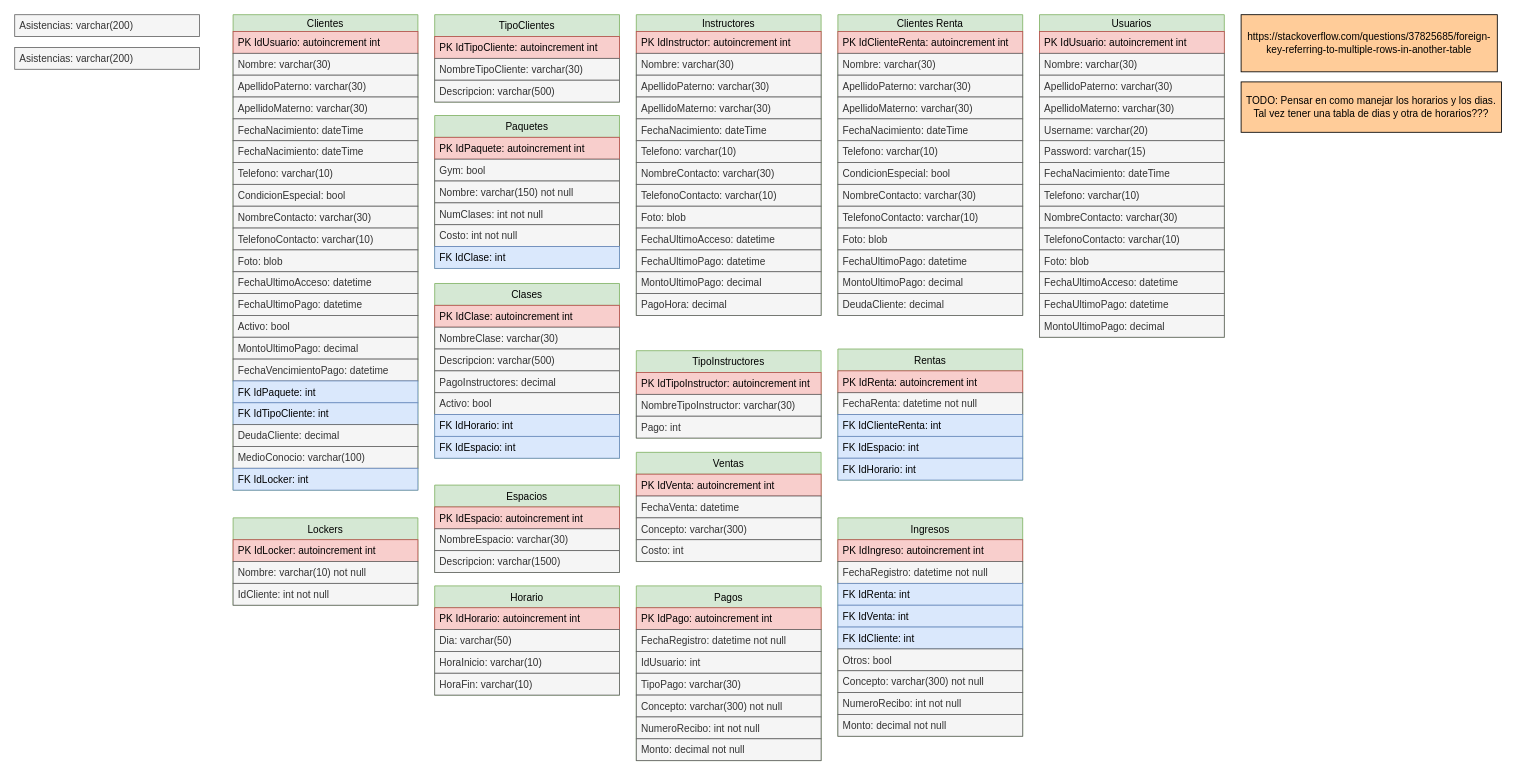
Above: page "Base de Datos" (1 of 4) of GymCastillo/Docs/Diagrams/Gym.drawio in Fwxzxh/GymCastillo (draw.io), before the change. Source tidied: cells renumbered, new cells numbered last; positions are measured from the earlier drawing's top-left corner, leaving out a move shared by most shapes. Both pictures are drawn from the tidied source at 84%, with x=0, y=0 at pixel (14, 14).
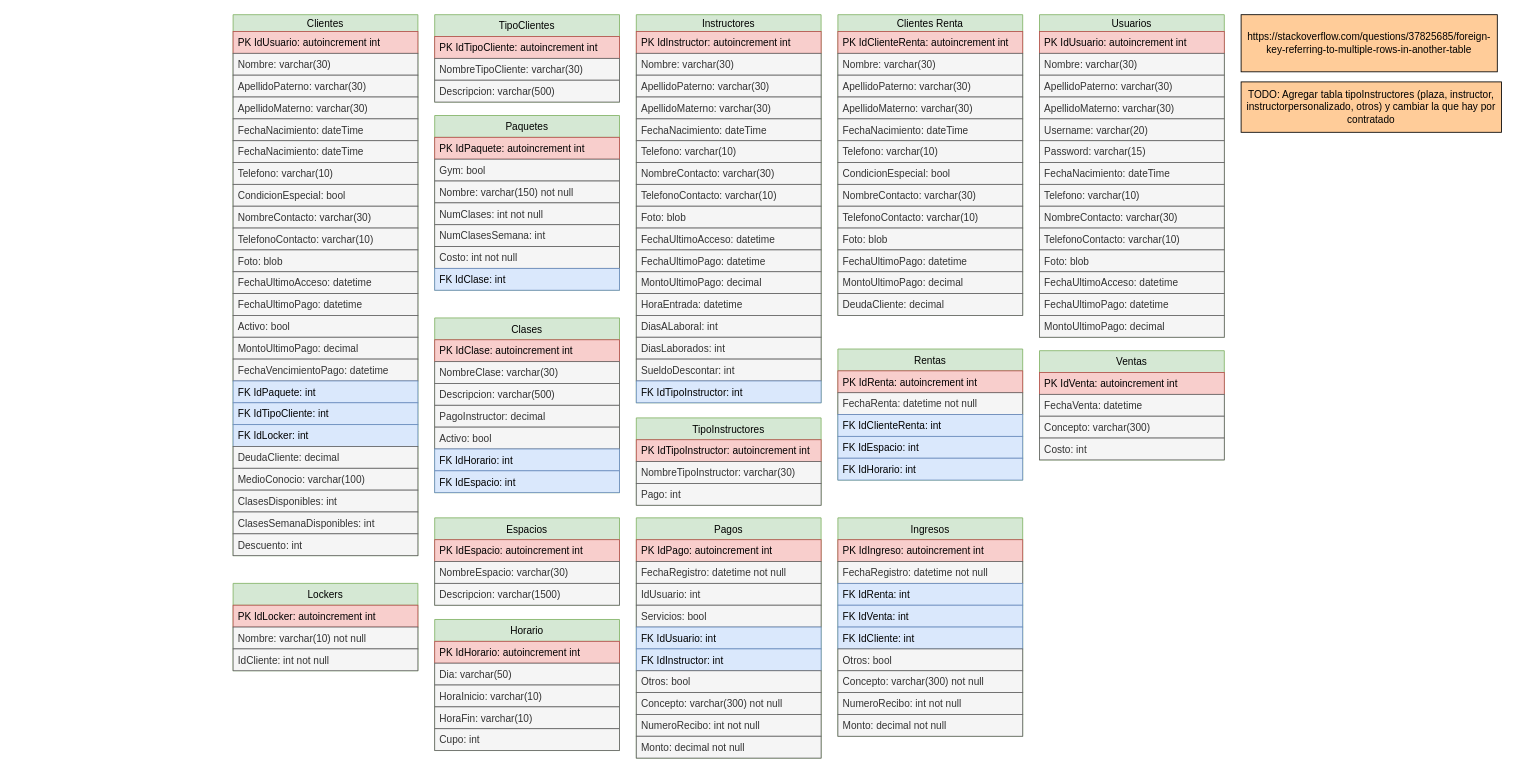
After the change.

The edit, as a diff of the source:
```diff
@@
     <mxCell id="2" value="Clientes" style="swimlane;fontStyle=0;horizontal=1;startSize=20;fillColor=#d5e8d4;strokeColor=#82b366;" parent="1" vertex="1">
-      <mxGeometry x="260" width="220" height="566" as="geometry" />
+      <mxGeometry x="260" width="220" height="644" as="geometry" />
     </mxCell>
@@
+    <mxCell id="23" value="FK IdLocker: int" style="text;strokeColor=#6c8ebf;fillColor=#dae8fc;align=left;verticalAlign=top;spacingLeft=4;spacingRight=4;overflow=hidden;" parent="2" vertex="1">
+      <mxGeometry y="488" width="220" height="26" as="geometry" />
+    </mxCell>
     <mxCell id="21" value="DeudaCliente: decimal" style="text;strokeColor=#666666;fillColor=#f5f5f5;align=left;verticalAlign=top;spacingLeft=4;spacingRight=4;overflow=hidden;fontColor=#333333;" parent="2" vertex="1">
-      <mxGeometry y="488" width="220" height="26" as="geometry" />
+      <mxGeometry y="514" width="220" height="26" as="geometry" />
     </mxCell>
     <mxCell id="22" value="MedioConocio: varchar(100)" style="text;strokeColor=#666666;fillColor=#f5f5f5;align=left;verticalAlign=top;spacingLeft=4;spacingRight=4;overflow=hidden;fontColor=#333333;" parent="2" vertex="1">
-      <mxGeometry y="514" width="220" height="26" as="geometry" />
+      <mxGeometry y="540" width="220" height="26" as="geometry" />
     </mxCell>
-    <mxCell id="23" value="FK IdLocker: int" style="text;strokeColor=#6c8ebf;fillColor=#dae8fc;align=left;verticalAlign=top;spacingLeft=4;spacingRight=4;overflow=hidden;" parent="2" vertex="1">
-      <mxGeometry y="540" width="220" height="26" as="geometry" />
-    </mxCell>
+    <mxCell id="126" value="ClasesDisponibles: int" style="text;strokeColor=#666666;fillColor=#f5f5f5;align=left;verticalAlign=top;spacingLeft=4;spacingRight=4;overflow=hidden;fontColor=#333333;" parent="2" vertex="1">
+      <mxGeometry y="566" width="220" height="26" as="geometry" />
+    </mxCell>
+    <mxCell id="136" value="ClasesSemanaDisponibles: int" style="text;strokeColor=#666666;fillColor=#f5f5f5;align=left;verticalAlign=top;spacingLeft=4;spacingRight=4;overflow=hidden;fontColor=#333333;" parent="2" vertex="1">
+      <mxGeometry y="592" width="220" height="26" as="geometry" />
+    </mxCell>
+    <mxCell id="137" value="Descuento: int" style="text;strokeColor=#666666;fillColor=#f5f5f5;align=left;verticalAlign=top;spacingLeft=4;spacingRight=4;overflow=hidden;fontColor=#333333;" parent="2" vertex="1">
+      <mxGeometry y="618" width="220" height="26" as="geometry" />
+    </mxCell>
     <mxCell id="24" value="Instructores" style="swimlane;fontStyle=0;horizontal=1;startSize=20;fillColor=#d5e8d4;strokeColor=#82b366;" parent="1" vertex="1">
-      <mxGeometry x="740" width="220" height="358" as="geometry" />
+      <mxGeometry x="740" width="220" height="462" as="geometry" />
     </mxCell>
@@
-    <mxCell id="37" value="PagoHora: decimal" style="text;strokeColor=#666666;fillColor=#f5f5f5;align=left;verticalAlign=top;spacingLeft=4;spacingRight=4;overflow=hidden;fontColor=#333333;" parent="24" vertex="1">
+    <mxCell id="37" value="HoraEntrada: datetime" style="text;strokeColor=#666666;fillColor=#f5f5f5;align=left;verticalAlign=top;spacingLeft=4;spacingRight=4;overflow=hidden;fontColor=#333333;" parent="24" vertex="1">
       <mxGeometry y="332" width="220" height="26" as="geometry" />
     </mxCell>
+    <mxCell id="138" value="DiasALaboral: int" style="text;strokeColor=#666666;fillColor=#f5f5f5;align=left;verticalAlign=top;spacingLeft=4;spacingRight=4;overflow=hidden;fontColor=#333333;" parent="24" vertex="1">
+      <mxGeometry y="358" width="220" height="26" as="geometry" />
+    </mxCell>
+    <mxCell id="139" value="DiasLaborados: int" style="text;strokeColor=#666666;fillColor=#f5f5f5;align=left;verticalAlign=top;spacingLeft=4;spacingRight=4;overflow=hidden;fontColor=#333333;" parent="24" vertex="1">
+      <mxGeometry y="384" width="220" height="26" as="geometry" />
+    </mxCell>
+    <mxCell id="140" value="SueldoDescontar: int" style="text;strokeColor=#666666;fillColor=#f5f5f5;align=left;verticalAlign=top;spacingLeft=4;spacingRight=4;overflow=hidden;fontColor=#333333;" parent="24" vertex="1">
+      <mxGeometry y="410" width="220" height="26" as="geometry" />
+    </mxCell>
+    <mxCell id="141" value="FK IdTipoInstructor: int" style="text;strokeColor=#6c8ebf;fillColor=#dae8fc;align=left;verticalAlign=top;spacingLeft=4;spacingRight=4;overflow=hidden;" parent="24" vertex="1">
+      <mxGeometry y="436" width="220" height="26" as="geometry" />
+    </mxCell>
@@
     <mxCell id="42" value="Clases" style="swimlane;fontStyle=0;horizontal=1;startSize=26;fillColor=#d5e8d4;strokeColor=#82b366;" parent="1" vertex="1">
-      <mxGeometry x="500" y="320" width="220" height="208" as="geometry" />
+      <mxGeometry x="500" y="361" width="220" height="208" as="geometry" />
     </mxCell>
@@
-    <mxCell id="46" value="PagoInstructores: decimal" style="text;strokeColor=#666666;fillColor=#f5f5f5;align=left;verticalAlign=top;spacingLeft=4;spacingRight=4;overflow=hidden;fontColor=#333333;" parent="42" vertex="1">
+    <mxCell id="46" value="PagoInstructor: decimal" style="text;strokeColor=#666666;fillColor=#f5f5f5;align=left;verticalAlign=top;spacingLeft=4;spacingRight=4;overflow=hidden;fontColor=#333333;" parent="42" vertex="1">
       <mxGeometry y="104" width="220" height="26" as="geometry" />
     </mxCell>
@@
     <mxCell id="50" value="Pagos" style="swimlane;fontStyle=0;horizontal=1;startSize=26;fillColor=#d5e8d4;strokeColor=#82b366;" parent="1" vertex="1">
-      <mxGeometry x="740" y="680" width="220" height="208" as="geometry" />
+      <mxGeometry x="740" y="599" width="220" height="286" as="geometry" />
     </mxCell>
@@
-    <mxCell id="54" value="TipoPago: varchar(30)" style="text;strokeColor=#666666;fillColor=#f5f5f5;align=left;verticalAlign=top;spacingLeft=4;spacingRight=4;overflow=hidden;fontColor=#333333;" parent="50" vertex="1">
+    <mxCell id="54" value="Servicios: bool" style="text;strokeColor=#666666;fillColor=#f5f5f5;align=left;verticalAlign=top;spacingLeft=4;spacingRight=4;overflow=hidden;fontColor=#333333;" parent="50" vertex="1">
       <mxGeometry y="104" width="220" height="26" as="geometry" />
     </mxCell>
+    <mxCell id="142" value="FK IdUsuario: int" style="text;strokeColor=#6c8ebf;fillColor=#dae8fc;align=left;verticalAlign=top;spacingLeft=4;spacingRight=4;overflow=hidden;" parent="50" vertex="1">
+      <mxGeometry y="130" width="220" height="26" as="geometry" />
+    </mxCell>
+    <mxCell id="143" value="FK IdInstructor: int" style="text;strokeColor=#6c8ebf;fillColor=#dae8fc;align=left;verticalAlign=top;spacingLeft=4;spacingRight=4;overflow=hidden;" parent="50" vertex="1">
+      <mxGeometry y="156" width="220" height="26" as="geometry" />
+    </mxCell>
+    <mxCell id="144" value="Otros: bool" style="text;strokeColor=#666666;fillColor=#f5f5f5;align=left;verticalAlign=top;spacingLeft=4;spacingRight=4;overflow=hidden;fontColor=#333333;" parent="50" vertex="1">
+      <mxGeometry y="182" width="220" height="26" as="geometry" />
+    </mxCell>
     <mxCell id="55" value="Concepto: varchar(300) not null" style="text;strokeColor=#666666;fillColor=#f5f5f5;align=left;verticalAlign=top;spacingLeft=4;spacingRight=4;overflow=hidden;fontColor=#333333;" parent="50" vertex="1">
-      <mxGeometry y="130" width="220" height="26" as="geometry" />
+      <mxGeometry y="208" width="220" height="26" as="geometry" />
     </mxCell>
     <mxCell id="56" value="NumeroRecibo: int not null" style="text;strokeColor=#666666;fillColor=#f5f5f5;align=left;verticalAlign=top;spacingLeft=4;spacingRight=4;overflow=hidden;fontColor=#333333;" parent="50" vertex="1">
-      <mxGeometry y="156" width="220" height="26" as="geometry" />
+      <mxGeometry y="234" width="220" height="26" as="geometry" />
     </mxCell>
     <mxCell id="57" value="Monto: decimal not null" style="text;strokeColor=#666666;fillColor=#f5f5f5;align=left;verticalAlign=top;spacingLeft=4;spacingRight=4;overflow=hidden;fontColor=#333333;" parent="50" vertex="1">
-      <mxGeometry y="182" width="220" height="26" as="geometry" />
+      <mxGeometry y="260" width="220" height="26" as="geometry" />
     </mxCell>
@@
-    <mxCell id="69" value="TODO: Pensar en como manejar los horarios y los dias.&lt;br&gt;Tal vez tener una tabla de dias y otra de horarios???" style="rounded=0;whiteSpace=wrap;html=1;fillColor=#FFCC99;" parent="1" vertex="1">
+    <mxCell id="69" value="TODO: Agregar tabla tipoInstructores (plaza, instructor, instructorpersonalizado, otros) y cambiar la que hay por contratado" style="rounded=0;whiteSpace=wrap;html=1;fillColor=#FFCC99;" parent="1" vertex="1">
       <mxGeometry x="1460" y="80" width="310" height="60" as="geometry" />
     </mxCell>
     <mxCell id="70" value="Espacios" style="swimlane;fontStyle=0;horizontal=1;startSize=26;fillColor=#d5e8d4;strokeColor=#82b366;" parent="1" vertex="1">
-      <mxGeometry x="500" y="560" width="220" height="104" as="geometry" />
+      <mxGeometry x="500" y="599" width="220" height="104" as="geometry" />
     </mxCell>
@@
     <mxCell id="109" value="Paquetes" style="swimlane;fontStyle=0;horizontal=1;startSize=26;fillColor=#d5e8d4;strokeColor=#82b366;" parent="1" vertex="1">
-      <mxGeometry x="500" y="120" width="220" height="182" as="geometry" />
+      <mxGeometry x="500" y="120" width="220" height="208" as="geometry" />
     </mxCell>
@@
+    <mxCell id="145" value="NumClasesSemana: int" style="text;strokeColor=#666666;fillColor=#f5f5f5;align=left;verticalAlign=top;spacingLeft=4;spacingRight=4;overflow=hidden;fontColor=#333333;" parent="109" vertex="1">
+      <mxGeometry y="130" width="220" height="26" as="geometry" />
+    </mxCell>
     <mxCell id="114" value="Costo: int not null" style="text;strokeColor=#666666;fillColor=#f5f5f5;align=left;verticalAlign=top;spacingLeft=4;spacingRight=4;overflow=hidden;fontColor=#333333;" parent="109" vertex="1">
-      <mxGeometry y="130" width="220" height="26" as="geometry" />
+      <mxGeometry y="156" width="220" height="26" as="geometry" />
     </mxCell>
     <mxCell id="115" value="FK IdClase: int" style="text;strokeColor=#6c8ebf;fillColor=#dae8fc;align=left;verticalAlign=top;spacingLeft=4;spacingRight=4;overflow=hidden;" parent="109" vertex="1">
-      <mxGeometry y="156" width="220" height="26" as="geometry" />
+      <mxGeometry y="182" width="220" height="26" as="geometry" />
     </mxCell>
     <mxCell id="116" value="Lockers" style="swimlane;fontStyle=0;horizontal=1;startSize=26;fillColor=#d5e8d4;strokeColor=#82b366;" parent="1" vertex="1">
-      <mxGeometry x="260" y="599" width="220" height="104" as="geometry" />
+      <mxGeometry x="260" y="677" width="220" height="104" as="geometry" />
     </mxCell>
@@
-    <mxCell id="120" value="Asistencias: varchar(200)" style="text;strokeColor=#666666;fillColor=#f5f5f5;align=left;verticalAlign=top;spacingLeft=4;spacingRight=4;overflow=hidden;fontColor=#333333;" parent="1" vertex="1">
-      <mxGeometry width="220" height="26" as="geometry" />
-    </mxCell>
     <mxCell id="121" value="Horario" style="swimlane;fontStyle=0;horizontal=1;startSize=26;fillColor=#d5e8d4;strokeColor=#82b366;" parent="1" vertex="1">
-      <mxGeometry x="500" y="680" width="220" height="130" as="geometry" />
+      <mxGeometry x="500" y="720" width="220" height="156" as="geometry" />
     </mxCell>
@@
-    <mxCell id="126" value="Asistencias: varchar(200)" style="text;strokeColor=#666666;fillColor=#f5f5f5;align=left;verticalAlign=top;spacingLeft=4;spacingRight=4;overflow=hidden;fontColor=#333333;" parent="1" vertex="1">
-      <mxGeometry y="39" width="220" height="26" as="geometry" />
-    </mxCell>
+    <mxCell id="146" value="Cupo: int" style="text;strokeColor=#666666;fillColor=#f5f5f5;align=left;verticalAlign=top;spacingLeft=4;spacingRight=4;overflow=hidden;fontColor=#333333;" parent="121" vertex="1">
+      <mxGeometry y="130" width="220" height="26" as="geometry" />
+    </mxCell>
     <mxCell id="127" value="TipoInstructores" style="swimlane;fontStyle=0;horizontal=1;startSize=26;fillColor=#d5e8d4;strokeColor=#82b366;" parent="1" vertex="1">
-      <mxGeometry x="740" y="400" width="220" height="104" as="geometry" />
+      <mxGeometry x="740" y="480" width="220" height="104" as="geometry" />
     </mxCell>
@@
     <mxCell id="131" value="Ventas" style="swimlane;fontStyle=0;horizontal=1;startSize=26;fillColor=#d5e8d4;strokeColor=#82b366;" parent="1" vertex="1">
-      <mxGeometry x="740" y="521" width="220" height="130" as="geometry" />
+      <mxGeometry x="1220" y="400" width="220" height="130" as="geometry" />
     </mxCell>
```
